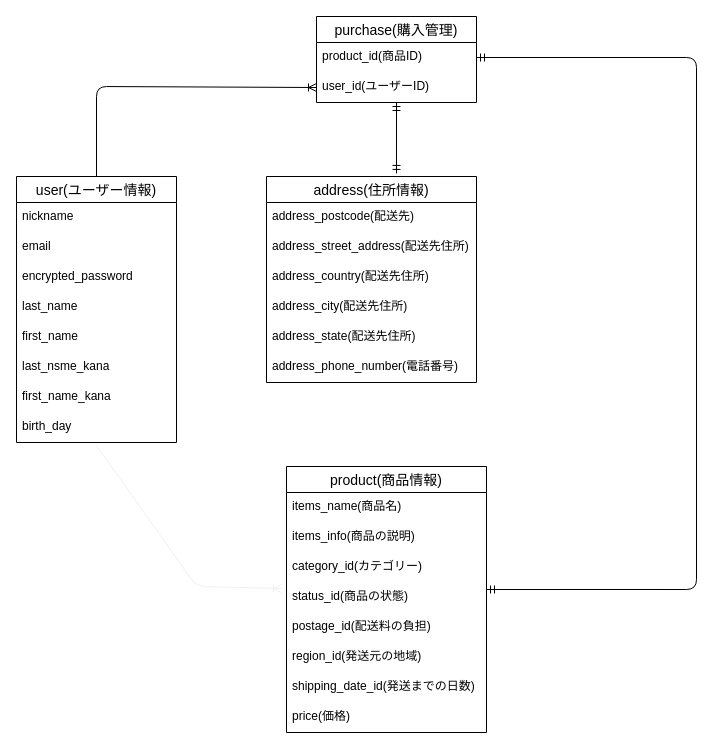
This is legend.dio from yo-ya07/furima-35557, a draw.io file, before an edit. Source tidied: cells renumbered, new cells numbered last; positions are measured from the earlier drawing's top-left corner, leaving out a move shared by most shapes. Both pictures are drawn from the tidied source at 100%, with x=0, y=0 at pixel (16, 16).
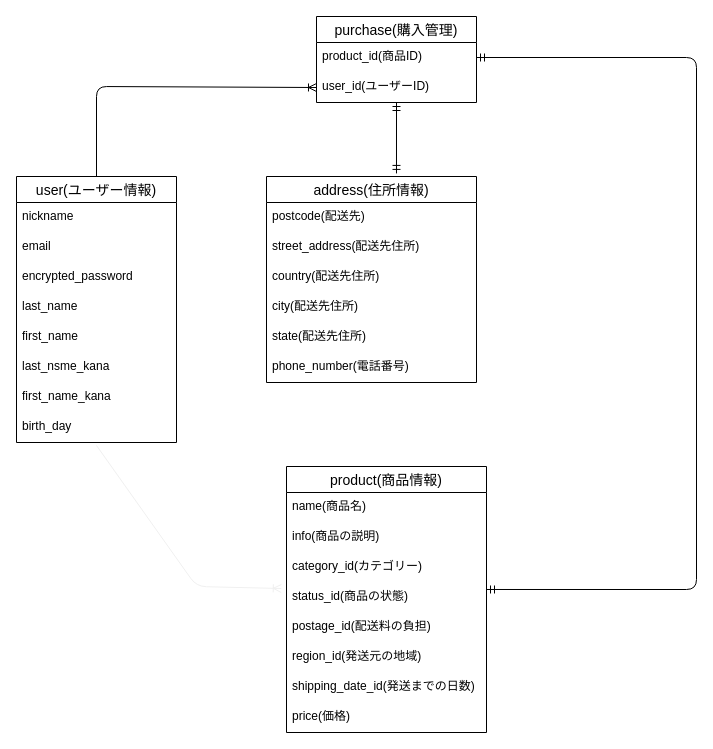
After the change.

Commit message (it also covers changes not shown here):
ER図•README作成(修正3)

The change refers to these unchanged cells:
```xml
<mxCell id="11" value="address(住所情報)" style="swimlane;fontStyle=0;horizontal=1;startSize=26;align=center;fontSize=14;" parent="1" vertex="1">
  <mxGeometry x="250" y="160" width="210" height="206" as="geometry" />
</mxCell>
<mxCell id="18" value="product(商品情報)" style="swimlane;fontStyle=0;horizontal=1;startSize=26;align=center;fontSize=14;" parent="1" vertex="1">
  <mxGeometry x="270" y="450" width="200" height="266" as="geometry" />
</mxCell>
```

What changed in the source:
```diff
@@
-    <mxCell id="12" value="address_postcode(配送先)" style="text;strokeColor=none;fillColor=none;spacingLeft=4;spacingRight=4;overflow=hidden;fontSize=12;" parent="11" vertex="1">
+    <mxCell id="12" value="postcode(配送先)" style="text;strokeColor=none;fillColor=none;spacingLeft=4;spacingRight=4;overflow=hidden;fontSize=12;" parent="11" vertex="1">
       <mxGeometry y="26" width="210" height="30" as="geometry" />
     </mxCell>
-    <mxCell id="13" value="address_street_address(配送先住所)" style="text;strokeColor=none;fillColor=none;spacingLeft=4;spacingRight=4;overflow=hidden;fontSize=12;" parent="11" vertex="1">
+    <mxCell id="13" value="street_address(配送先住所)" style="text;strokeColor=none;fillColor=none;spacingLeft=4;spacingRight=4;overflow=hidden;fontSize=12;" parent="11" vertex="1">
       <mxGeometry y="56" width="210" height="30" as="geometry" />
     </mxCell>
-    <mxCell id="14" value="address_country(配送先住所)" style="text;strokeColor=none;fillColor=none;spacingLeft=4;spacingRight=4;overflow=hidden;fontSize=12;" parent="11" vertex="1">
+    <mxCell id="14" value="country(配送先住所)" style="text;strokeColor=none;fillColor=none;spacingLeft=4;spacingRight=4;overflow=hidden;fontSize=12;" parent="11" vertex="1">
       <mxGeometry y="86" width="210" height="30" as="geometry" />
     </mxCell>
-    <mxCell id="15" value="address_city(配送先住所)" style="text;strokeColor=none;fillColor=none;spacingLeft=4;spacingRight=4;overflow=hidden;fontSize=12;" parent="11" vertex="1">
+    <mxCell id="15" value="city(配送先住所)" style="text;strokeColor=none;fillColor=none;spacingLeft=4;spacingRight=4;overflow=hidden;fontSize=12;" parent="11" vertex="1">
       <mxGeometry y="116" width="210" height="30" as="geometry" />
     </mxCell>
-    <mxCell id="16" value="address_state(配送先住所)" style="text;strokeColor=none;fillColor=none;spacingLeft=4;spacingRight=4;overflow=hidden;fontSize=12;" parent="11" vertex="1">
+    <mxCell id="16" value="state(配送先住所)" style="text;strokeColor=none;fillColor=none;spacingLeft=4;spacingRight=4;overflow=hidden;fontSize=12;" parent="11" vertex="1">
       <mxGeometry y="146" width="210" height="30" as="geometry" />
     </mxCell>
-    <mxCell id="17" value="address_phone_number(電話番号)" style="text;strokeColor=none;fillColor=none;spacingLeft=4;spacingRight=4;overflow=hidden;fontSize=12;" parent="11" vertex="1">
+    <mxCell id="17" value="phone_number(電話番号)" style="text;strokeColor=none;fillColor=none;spacingLeft=4;spacingRight=4;overflow=hidden;fontSize=12;" parent="11" vertex="1">
       <mxGeometry y="176" width="210" height="30" as="geometry" />
     </mxCell>
@@
-    <mxCell id="19" value="items_name(商品名)" style="text;strokeColor=none;fillColor=none;spacingLeft=4;spacingRight=4;overflow=hidden;fontSize=12;" parent="18" vertex="1">
+    <mxCell id="19" value="name(商品名)" style="text;strokeColor=none;fillColor=none;spacingLeft=4;spacingRight=4;overflow=hidden;fontSize=12;" parent="18" vertex="1">
       <mxGeometry y="26" width="200" height="30" as="geometry" />
     </mxCell>
-    <mxCell id="20" value="items_info(商品の説明)" style="text;strokeColor=none;fillColor=none;spacingLeft=4;spacingRight=4;overflow=hidden;fontSize=12;" parent="18" vertex="1">
+    <mxCell id="20" value="info(商品の説明)" style="text;strokeColor=none;fillColor=none;spacingLeft=4;spacingRight=4;overflow=hidden;fontSize=12;" parent="18" vertex="1">
       <mxGeometry y="56" width="200" height="30" as="geometry" />
     </mxCell>
```
